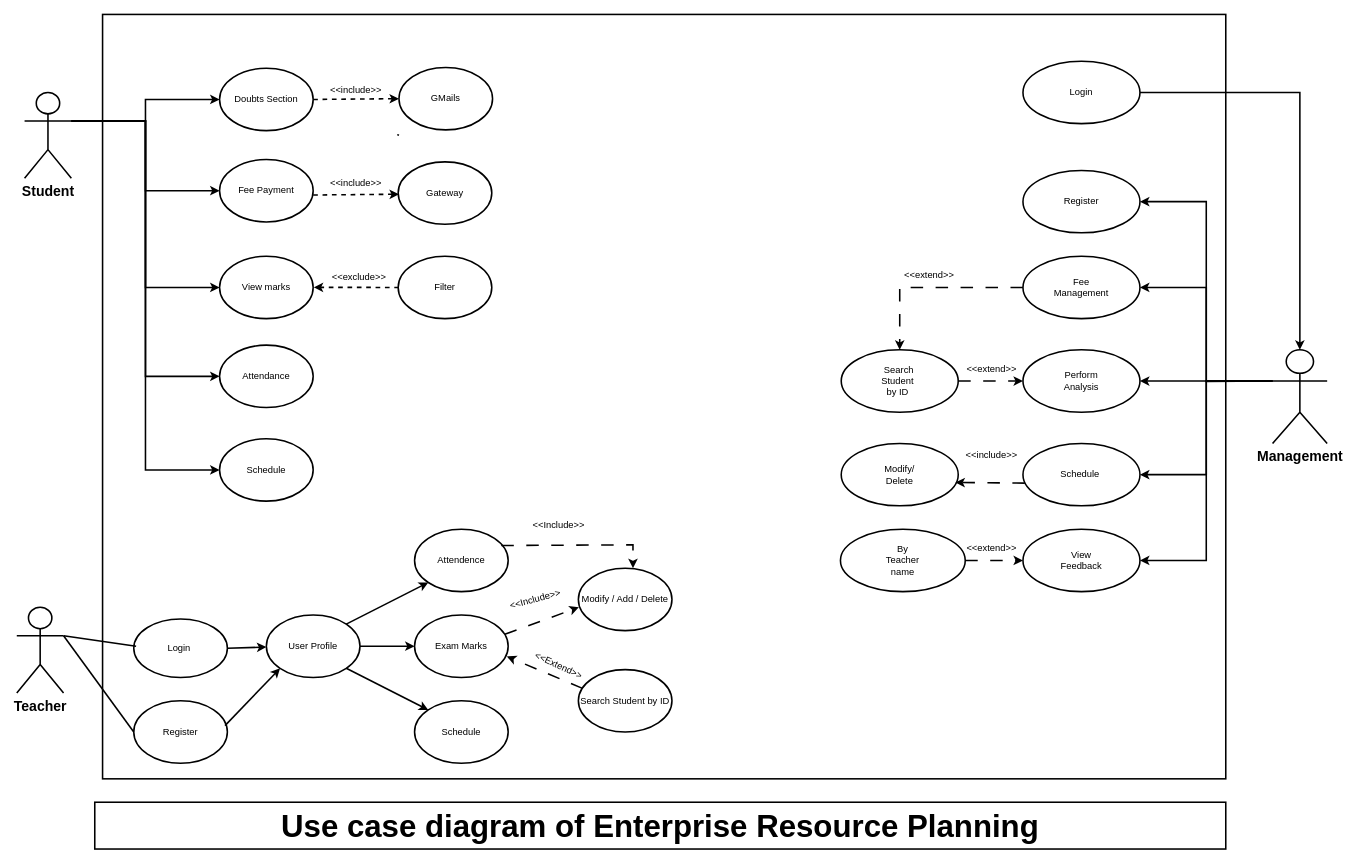
The draw.io diagram Untitled Diagram.drawio in Sumanth-Siddareddy/Enterprise-Resource-Planning, before the edit. Source tidied: cells renumbered, new cells numbered last; positions are measured from the earlier drawing's top-left corner, leaving out a move shared by most shapes. Both pictures are drawn from the tidied source at 78%, with x=0, y=0 at pixel (16, 14).
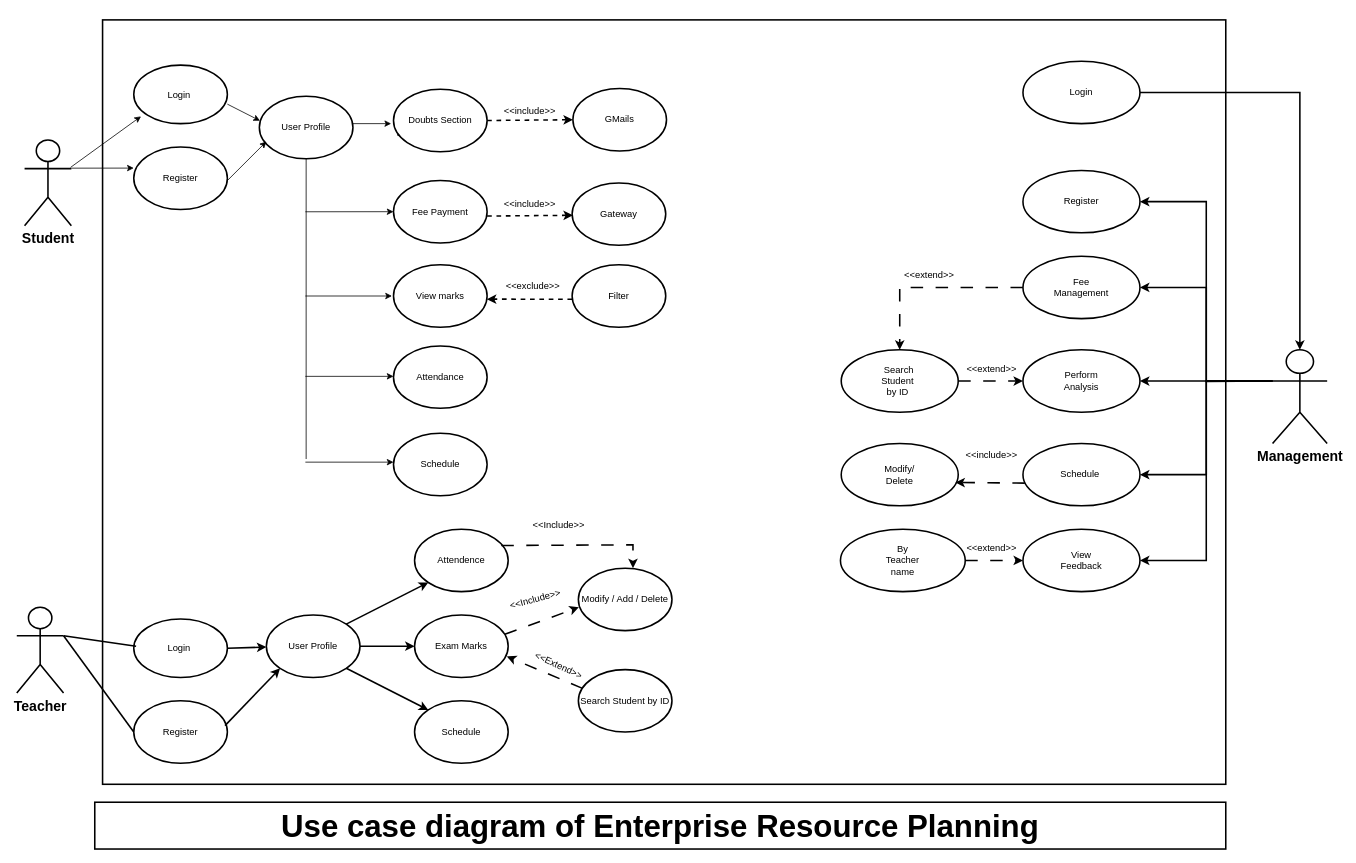
After the change.

Diff of the diagram source:
```diff
@@
     <mxCell id="2" style="rounded=0;whiteSpace=wrap;html=1;strokeWidth=2;" parent="1" vertex="1">
-      <mxGeometry x="110" width="1440" height="980" as="geometry" />
+      <mxGeometry x="110" y="7" width="1440" height="980" as="geometry" />
     </mxCell>
@@
-    <mxCell id="4" style="edgeStyle=orthogonalEdgeStyle;rounded=0;jettySize=auto;html=1;exitX=1;exitY=0.3333333333333333;exitDx=0;exitDy=0;exitPerimeter=0;entryX=0;entryY=0.5;entryDx=0;entryDy=0;strokeWidth=2;" parent="1" edge="1" source="9" target="18">
-      <mxGeometry relative="1" as="geometry" />
-    </mxCell>
-    <mxCell id="5" style="edgeStyle=orthogonalEdgeStyle;rounded=0;jettySize=auto;html=1;exitX=1;exitY=0.3333333333333333;exitDx=0;exitDy=0;exitPerimeter=0;entryX=0;entryY=0.5;entryDx=0;entryDy=0;strokeWidth=2;" parent="1" edge="1" source="9" target="23">
-      <mxGeometry relative="1" as="geometry" />
-    </mxCell>
-    <mxCell id="6" style="edgeStyle=orthogonalEdgeStyle;rounded=0;jettySize=auto;html=1;exitX=1;exitY=0.3333333333333333;exitDx=0;exitDy=0;exitPerimeter=0;entryX=0;entryY=0.5;entryDx=0;entryDy=0;strokeWidth=2;" parent="1" edge="1" source="9" target="26">
-      <mxGeometry relative="1" as="geometry" />
-    </mxCell>
-    <mxCell id="7" style="edgeStyle=orthogonalEdgeStyle;rounded=0;jettySize=auto;html=1;exitX=1;exitY=0.3333333333333333;exitDx=0;exitDy=0;exitPerimeter=0;entryX=0;entryY=0.5;entryDx=0;entryDy=0;strokeWidth=2;" parent="1" edge="1" source="9" target="67">
-      <mxGeometry relative="1" as="geometry" />
-    </mxCell>
-    <mxCell id="8" style="edgeStyle=orthogonalEdgeStyle;rounded=0;jettySize=auto;html=1;exitX=1;exitY=0.3333333333333333;exitDx=0;exitDy=0;exitPerimeter=0;entryX=0;entryY=0.5;entryDx=0;entryDy=0;strokeWidth=2;" parent="1" edge="1" source="9" target="69">
-      <mxGeometry relative="1" as="geometry" />
-    </mxCell>
     <mxCell id="9" value="Student" style="shape=umlActor;verticalLabelPosition=bottom;verticalAlign=top;html=1;outlineConnect=0;fontStyle=1;labelBackgroundColor=none;fontSize=18;strokeWidth=2;" parent="1" vertex="1">
-      <mxGeometry x="10" y="100" width="60" height="110" as="geometry" />
+      <mxGeometry x="10" y="161" width="60" height="110" as="geometry" />
     </mxCell>
@@
     <mxCell id="18" value="Doubts Section" style="ellipse;whiteSpace=wrap;html=1;strokeWidth=2;" parent="1" vertex="1">
-      <mxGeometry x="260" y="69" width="120" height="80" as="geometry" />
+      <mxGeometry x="483" y="96" width="120" height="80" as="geometry" />
     </mxCell>
@@
     <mxCell id="23" value="Fee Payment" style="ellipse;whiteSpace=wrap;html=1;strokeWidth=2;" parent="1" vertex="1">
-      <mxGeometry x="260" y="186" width="120" height="80" as="geometry" />
+      <mxGeometry x="483" y="213" width="120" height="80" as="geometry" />
     </mxCell>
@@
     <mxCell id="26" value="View marks" style="ellipse;whiteSpace=wrap;html=1;strokeWidth=2;" parent="1" vertex="1">
-      <mxGeometry x="260" y="310" width="120" height="80" as="geometry" />
+      <mxGeometry x="483" y="321" width="120" height="80" as="geometry" />
     </mxCell>
@@
     <mxCell id="42" value="&amp;lt;&amp;lt;include&amp;gt;&amp;gt;" style="text;html=1;align=center;verticalAlign=middle;whiteSpace=wrap;rounded=0;strokeWidth=2;" parent="1" vertex="1">
-      <mxGeometry x="390" y="78" width="90" height="37" as="geometry" />
+      <mxGeometry x="613" y="105" width="90" height="37" as="geometry" />
     </mxCell>
     <mxCell id="43" value="GMails" style="ellipse;whiteSpace=wrap;html=1;strokeWidth=2;" parent="1" vertex="1">
-      <mxGeometry x="490" y="68" width="120" height="80" as="geometry" />
+      <mxGeometry x="713" y="95" width="120" height="80" as="geometry" />
     </mxCell>
@@
     <mxCell id="45" value="&amp;lt;&amp;lt;include&amp;gt;&amp;gt;" style="text;html=1;align=center;verticalAlign=middle;whiteSpace=wrap;rounded=0;strokeWidth=2;" parent="1" vertex="1">
-      <mxGeometry x="390" y="198" width="90" height="37" as="geometry" />
+      <mxGeometry x="613" y="225" width="90" height="37" as="geometry" />
     </mxCell>
     <mxCell id="46" value="Gateway" style="ellipse;whiteSpace=wrap;html=1;strokeWidth=2;" parent="1" vertex="1">
-      <mxGeometry x="489" y="189" width="120" height="80" as="geometry" />
+      <mxGeometry x="712" y="216" width="120" height="80" as="geometry" />
     </mxCell>
@@
     <mxCell id="65" style="endArrow=classic;html=1;rounded=0;entryX=0;entryY=0.5;entryDx=0;entryDy=0;exitX=1;exitY=0.5;exitDx=0;exitDy=0;dashed=1;strokeWidth=2;" parent="1" edge="1">
       <mxGeometry relative="1" as="geometry">
-        <mxPoint x="380" y="231.5" as="sourcePoint" />
-        <mxPoint x="490" y="230.5" as="targetPoint" />
+        <mxPoint x="603" y="258.5" as="sourcePoint" />
+        <mxPoint x="713" y="257.5" as="targetPoint" />
       </mxGeometry>
     </mxCell>
@@
     <mxCell id="67" value="Schedule" style="ellipse;whiteSpace=wrap;html=1;strokeWidth=2;" parent="1" vertex="1">
-      <mxGeometry x="260" y="544" width="120" height="80" as="geometry" />
+      <mxGeometry x="483" y="537" width="120" height="80" as="geometry" />
     </mxCell>
@@
     <mxCell id="69" value="Attendance" style="ellipse;whiteSpace=wrap;html=1;strokeWidth=2;" parent="1" vertex="1">
-      <mxGeometry x="260" y="424" width="120" height="80" as="geometry" />
+      <mxGeometry x="483" y="425" width="120" height="80" as="geometry" />
     </mxCell>
@@
     <mxCell id="71" style="endArrow=classic;html=1;rounded=0;dashed=1;entryX=0.188;entryY=0.357;entryDx=0;entryDy=0;entryPerimeter=0;strokeWidth=2;" parent="1" edge="1">
       <mxGeometry relative="1" as="geometry">
-        <mxPoint x="490" y="350" as="sourcePoint" />
-        <mxPoint x="380.7" y="349.9" as="targetPoint" />
+        <mxPoint x="712" y="365.1" as="sourcePoint" />
+        <mxPoint x="602.7" y="365" as="targetPoint" />
       </mxGeometry>
     </mxCell>
@@
     <mxCell id="73" value="Filter" style="ellipse;whiteSpace=wrap;html=1;strokeWidth=2;" parent="1" vertex="1">
-      <mxGeometry x="489" y="310" width="120" height="80" as="geometry" />
+      <mxGeometry x="712" y="321" width="120" height="80" as="geometry" />
     </mxCell>
@@
     <mxCell id="75" value="&amp;lt;&amp;lt;exclude&amp;gt;&amp;gt;" style="text;html=1;align=center;verticalAlign=middle;whiteSpace=wrap;rounded=0;strokeWidth=2;" parent="1" vertex="1">
-      <mxGeometry x="394" y="318" width="90" height="37" as="geometry" />
+      <mxGeometry x="617" y="329" width="90" height="37" as="geometry" />
     </mxCell>
@@
+    <mxCell id="81" value="Login&amp;nbsp;" style="ellipse;whiteSpace=wrap;html=1;strokeWidth=2;" parent="1" vertex="1">
+      <mxGeometry x="150" y="65" width="120" height="75" as="geometry" />
+    </mxCell>
+    <mxCell id="82" value="Register" style="ellipse;whiteSpace=wrap;html=1;fontSize=12;fontStyle=0;strokeWidth=2;" parent="1" vertex="1">
+      <mxGeometry x="150" y="170" width="120" height="80" as="geometry" />
+    </mxCell>
+    <mxCell id="83" value="User Profile" style="ellipse;whiteSpace=wrap;html=1;strokeWidth=2;" parent="1" vertex="1">
+      <mxGeometry x="311" y="105" width="120" height="80" as="geometry" />
+    </mxCell>
+    <mxCell id="84" style="endArrow=classic;html=1;rounded=0;entryX=0.007;entryY=0.391;entryDx=0;entryDy=0;entryPerimeter=0;" parent="1" edge="1" target="83">
+      <mxGeometry relative="1" as="geometry">
+        <mxPoint x="270" y="115" as="sourcePoint" />
+      </mxGeometry>
+    </mxCell>
+    <mxCell id="85" style="endArrow=classic;html=1;rounded=0;" parent="1" edge="1">
+      <mxGeometry relative="1" as="geometry">
+        <mxPoint x="270" y="213" as="sourcePoint" />
+        <mxPoint x="320" y="163" as="targetPoint" />
+      </mxGeometry>
+    </mxCell>
+    <mxCell id="86" style="endArrow=classic;html=1;rounded=0;" parent="1" edge="1">
+      <mxGeometry relative="1" as="geometry">
+        <mxPoint x="431" y="140" as="sourcePoint" />
+        <mxPoint x="480" y="140" as="targetPoint" />
+      </mxGeometry>
+    </mxCell>
+    <mxCell id="87" style="endArrow=classic;html=1;rounded=0;" parent="1" edge="1">
+      <mxGeometry relative="1" as="geometry">
+        <mxPoint x="370" y="253" as="sourcePoint" />
+        <mxPoint x="483" y="252.9" as="targetPoint" />
+      </mxGeometry>
+    </mxCell>
+    <mxCell id="88" style="endArrow=classic;html=1;rounded=0;" parent="1" edge="1">
+      <mxGeometry relative="1" as="geometry">
+        <mxPoint x="370" y="361" as="sourcePoint" />
+        <mxPoint x="481" y="361" as="targetPoint" />
+      </mxGeometry>
+    </mxCell>
+    <mxCell id="89" style="endArrow=classic;html=1;rounded=0;" parent="1" edge="1">
+      <mxGeometry relative="1" as="geometry">
+        <mxPoint x="370" y="464" as="sourcePoint" />
+        <mxPoint x="483" y="464" as="targetPoint" />
+      </mxGeometry>
+    </mxCell>
+    <mxCell id="90" style="endArrow=classic;html=1;rounded=0;" parent="1" edge="1">
+      <mxGeometry relative="1" as="geometry">
+        <mxPoint x="370" y="574" as="sourcePoint" />
+        <mxPoint x="483" y="574" as="targetPoint" />
+      </mxGeometry>
+    </mxCell>
+    <mxCell id="91" style="endArrow=none;html=1;rounded=0;entryX=0.5;entryY=1;entryDx=0;entryDy=0;" parent="1" edge="1" target="83">
+      <mxGeometry relative="1" as="geometry">
+        <mxPoint x="371" y="570" as="sourcePoint" />
+      </mxGeometry>
+    </mxCell>
+    <mxCell id="92" style="endArrow=classic;html=1;rounded=0;" parent="1" edge="1">
+      <mxGeometry relative="1" as="geometry">
+        <mxPoint x="70" y="197.1" as="sourcePoint" />
+        <mxPoint x="150" y="197" as="targetPoint" />
+      </mxGeometry>
+    </mxCell>
+    <mxCell id="93" style="endArrow=classic;html=1;rounded=0;entryX=0.028;entryY=0.115;entryDx=0;entryDy=0;entryPerimeter=0;" parent="1" edge="1">
+      <mxGeometry relative="1" as="geometry">
+        <mxPoint x="69" y="196.1" as="sourcePoint" />
+        <mxPoint x="159.3" y="130.7" as="targetPoint" />
+      </mxGeometry>
+    </mxCell>
```
